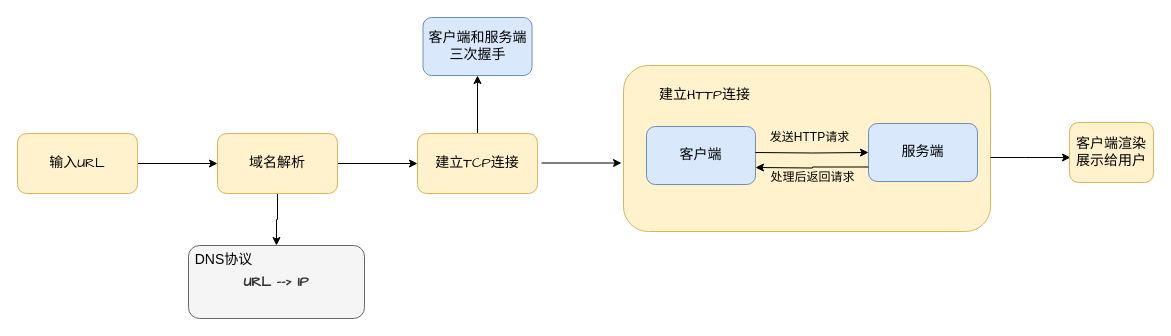
Above: docs/workSpacePic/流程图.drawio in kenlin-00/kendall-cpp-view (draw.io), before the change. Source tidied: cells renumbered, new cells numbered last; positions are measured from the earlier drawing's top-left corner, leaving out a move shared by most shapes. Both pictures are drawn from the tidied source at 100%, with x=0, y=0 at pixel (17, 17).
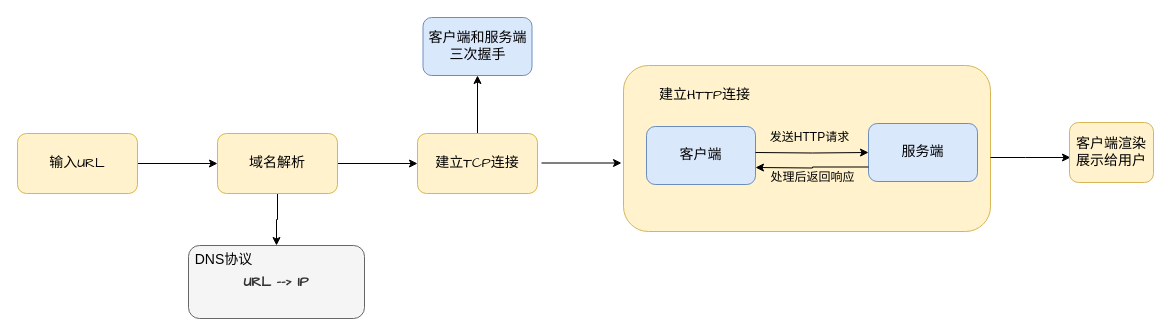
After the change.

Diff of the diagram source:
```diff
@@
-    <mxCell id="18" value="处理后返回请求" style="text;html=1;align=center;verticalAlign=middle;" parent="1" vertex="1">
+    <mxCell id="18" value="处理后返回响应" style="text;html=1;align=center;verticalAlign=middle;" parent="1" vertex="1">
       <mxGeometry x="748" y="151" width="94" height="18" as="geometry" />
     </mxCell>
```
